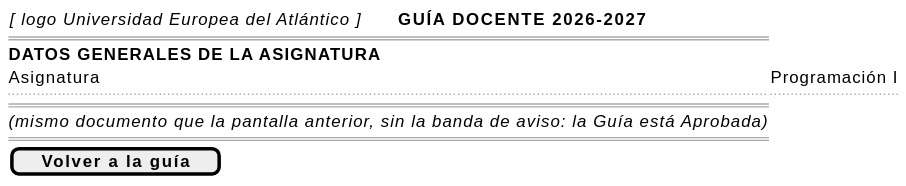
Before: images/RUP/01-requisitos/03-detalle-casos-uso/previsualizarGuia/wireframe-aprobada.svg, a diagram exported from PlantUML (mmasias/pyCeldaPublico). The source it was exported from:
```plantuml
@startsalt previsualizarGuia-aprobada
{
    {
        <i>[ logo Universidad Europea del Atlántico ]</i>       <b>GUÍA DOCENTE 2026-2027</b>
    }
    ====
    <b>DATOS GENERALES DE LA ASIGNATURA</b>
    Asignatura            | Programación I
    ..                    | ..
    ====
    <i>(mismo documento que la pantalla anterior, sin la banda de aviso: la Guía está Aprobada)</i>
    ====
    [ <b>Volver a la guía</b> ]
}
@endsalt
```
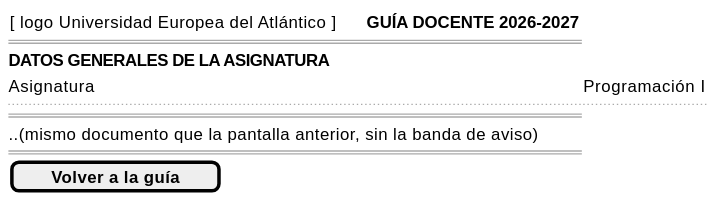
After the commit.

The edit, as a diff of the source:
```diff
@@ -1,14 +1,14 @@
 @startsalt previsualizarGuia-aprobada
 {
     {
-        <i>[ logo Universidad Europea del Atlántico ]</i>       <b>GUÍA DOCENTE 2026-2027</b>
+        [ logo Universidad Europea del Atlántico ]       <b>GUÍA DOCENTE 2026-2027</b>
     }
     ====
     <b>DATOS GENERALES DE LA ASIGNATURA</b>
     Asignatura            | Programación I
     ..                    | ..
     ====
-    <i>(mismo documento que la pantalla anterior, sin la banda de aviso: la Guía está Aprobada)</i>
+    ..(mismo documento que la pantalla anterior, sin la banda de aviso)
     ====
     [ <b>Volver a la guía</b> ]
 }
```
